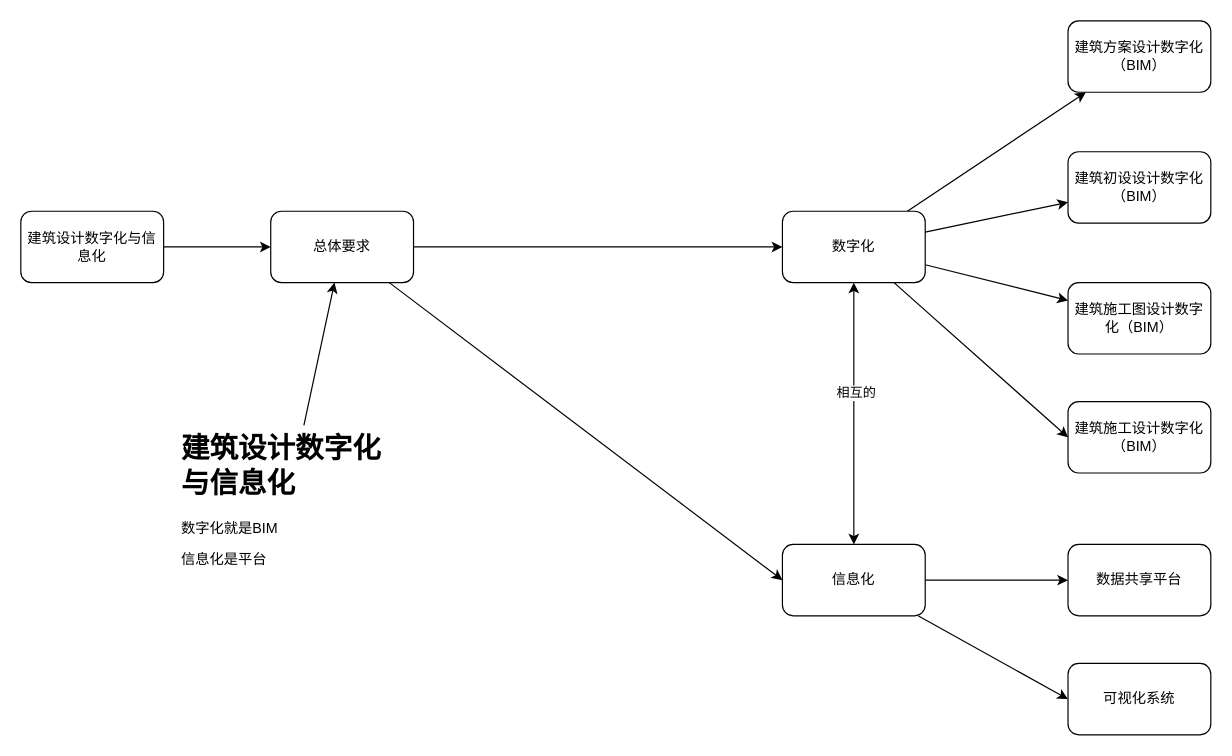
This is BIM咨询业务.drawio from gaochaowyq/MinderGraph, a draw.io file, before an edit. Source tidied: cells renumbered, new cells numbered last; positions are measured from the earlier drawing's top-left corner, leaving out a move shared by most shapes. Both pictures are drawn from the tidied source at 119%, with x=0, y=0 at pixel (20, 20).
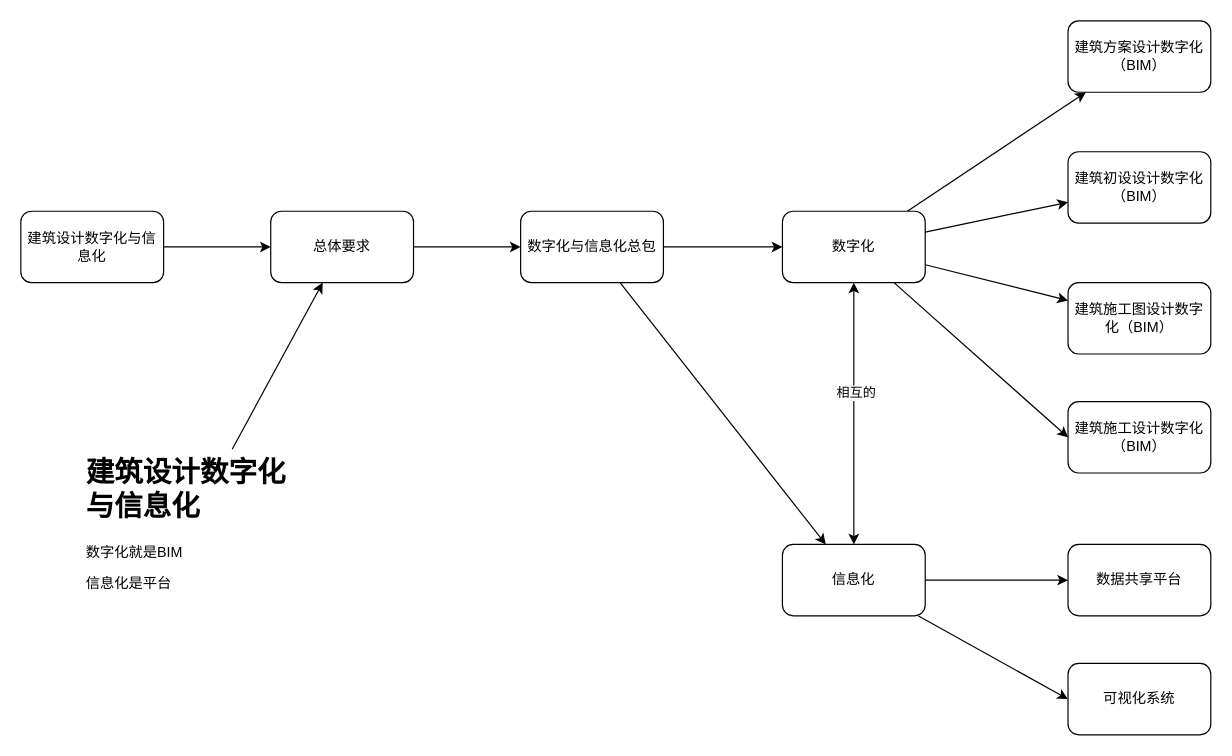
The same page after the edit.

Commit message (it also covers changes not shown here):
更新BIM咨询业务.drawio

Unchanged cells that the change refers to:
```xml
<mxCell id="6" value="总体要求" style="rounded=1;whiteSpace=wrap;html=1;" parent="1" vertex="1">
  <mxGeometry x="210" y="160" width="120" height="60" as="geometry" />
</mxCell>
<mxCell id="11" value="数字化" style="rounded=1;whiteSpace=wrap;html=1;" parent="1" vertex="1">
  <mxGeometry x="640" y="160" width="120" height="60" as="geometry" />
</mxCell>
<mxCell id="22" value="信息化" style="rounded=1;whiteSpace=wrap;html=1;" parent="1" vertex="1">
  <mxGeometry x="640" y="440" width="120" height="60" as="geometry" />
</mxCell>
```

The edit, as a diff of the source:
```diff
@@
-    <mxCell id="4" style="rounded=0;jettySize=auto;html=1;" parent="1" edge="1" source="6" target="11">
-      <mxGeometry relative="1" as="geometry" />
-    </mxCell>
-    <mxCell id="5" style="rounded=0;jettySize=auto;html=1;entryX=0;entryY=0.5;entryDx=0;entryDy=0;" parent="1" edge="1" source="6" target="22">
-      <mxGeometry relative="1" as="geometry" />
-    </mxCell>
+    <mxCell id="25" style="rounded=0;jettySize=auto;html=1;entryX=0;entryY=0.5;entryDx=0;entryDy=0;" parent="1" edge="1" source="6" target="28">
+      <mxGeometry relative="1" as="geometry" />
+    </mxCell>
@@
     <mxCell id="13" value="&lt;h1&gt;建筑设计数字化与信息化&lt;/h1&gt;&lt;p&gt;数字化就是BIM&lt;/p&gt;&lt;p&gt;信息化是平台&lt;br&gt;&lt;/p&gt;" style="text;html=1;spacing=5;spacingTop=-20;whiteSpace=wrap;overflow=hidden;rounded=0;" parent="1" vertex="1">
-      <mxGeometry x="130" y="340" width="190" height="120" as="geometry" />
+      <mxGeometry x="50" y="360" width="190" height="120" as="geometry" />
     </mxCell>
@@
+    <mxCell id="26" style="rounded=0;jettySize=auto;html=1;" parent="1" edge="1" source="28" target="11">
+      <mxGeometry relative="1" as="geometry" />
+    </mxCell>
+    <mxCell id="27" style="rounded=0;jettySize=auto;html=1;" parent="1" edge="1" source="28" target="22">
+      <mxGeometry relative="1" as="geometry" />
+    </mxCell>
+    <mxCell id="28" value="数字化与信息化总包" style="rounded=1;whiteSpace=wrap;html=1;" parent="1" vertex="1">
+      <mxGeometry x="420" y="160" width="120" height="60" as="geometry" />
+    </mxCell>
```
